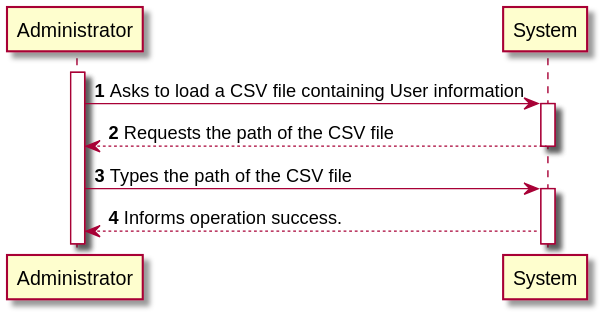
The PlantUML diagram docs/SprintC/US014/US014_SSD.svg in Pirussa/lei-22-s2-1da-g02, before a commit.
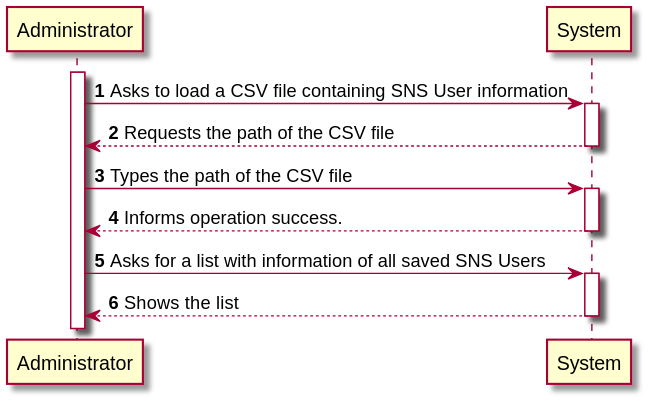
The same file after the commit.

The edit, as a diff of the source:
```diff
@@ -3,7 +3,7 @@
 autonumber
 
 activate Administrator
-Administrator -> System: Asks to load a CSV file containing User information
+Administrator -> System: Asks to load a CSV file containing SNS User information
 activate System
 Administrator <-- System: Requests the path of the CSV file
 deactivate System
@@ -11,5 +11,11 @@
 Administrator -> System: Types the path of the CSV file
 activate System
 Administrator <-- System: Informs operation success.
+deactivate System
+
+Administrator -> System: Asks for a list with information of all saved SNS Users
+activate System
+Administrator <-- System: Shows the list
+deactivate System
 
 @enduml
```
